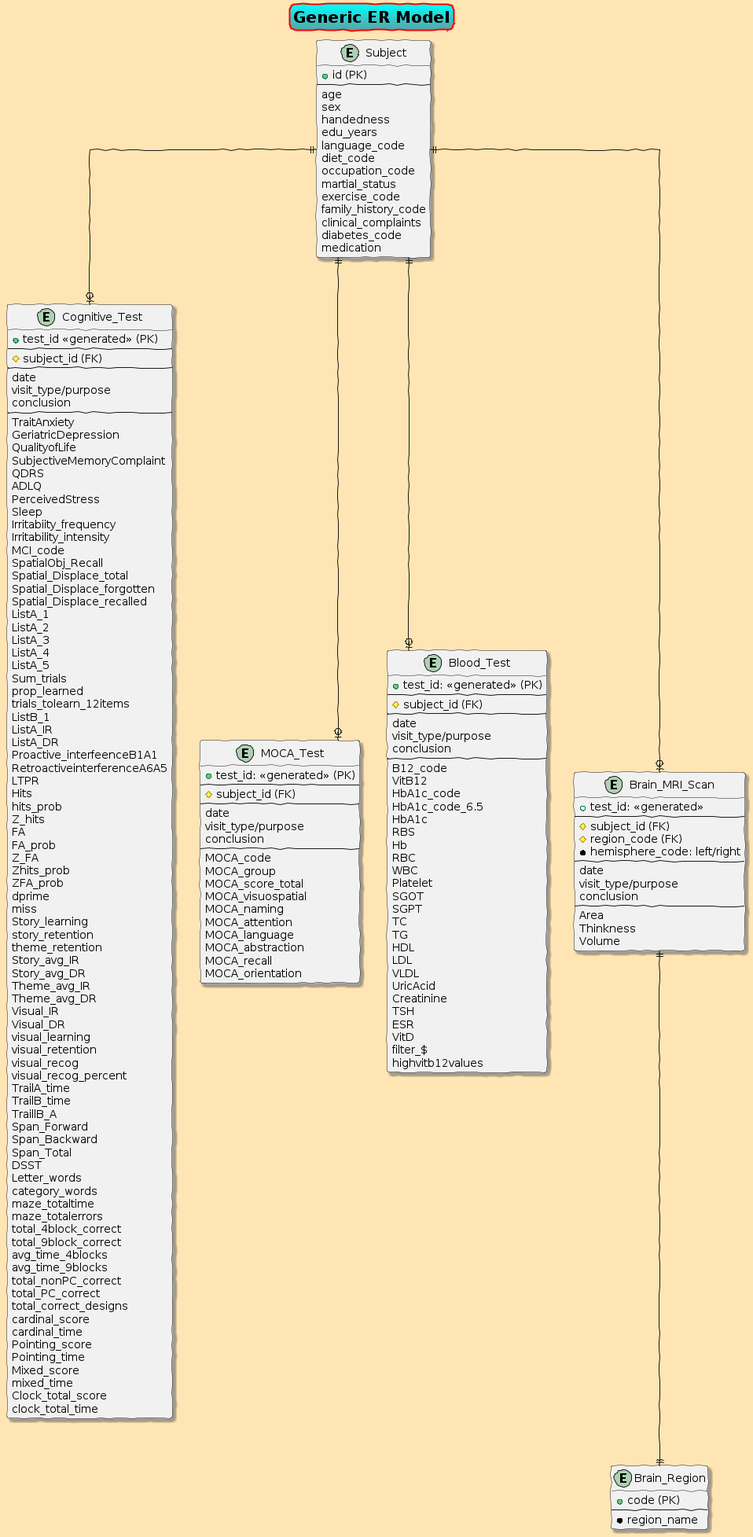
This is diagrams/dfs_generic_er.png from adhiraj2001/DontKnow, a PlantUML export, as it was before one commit.
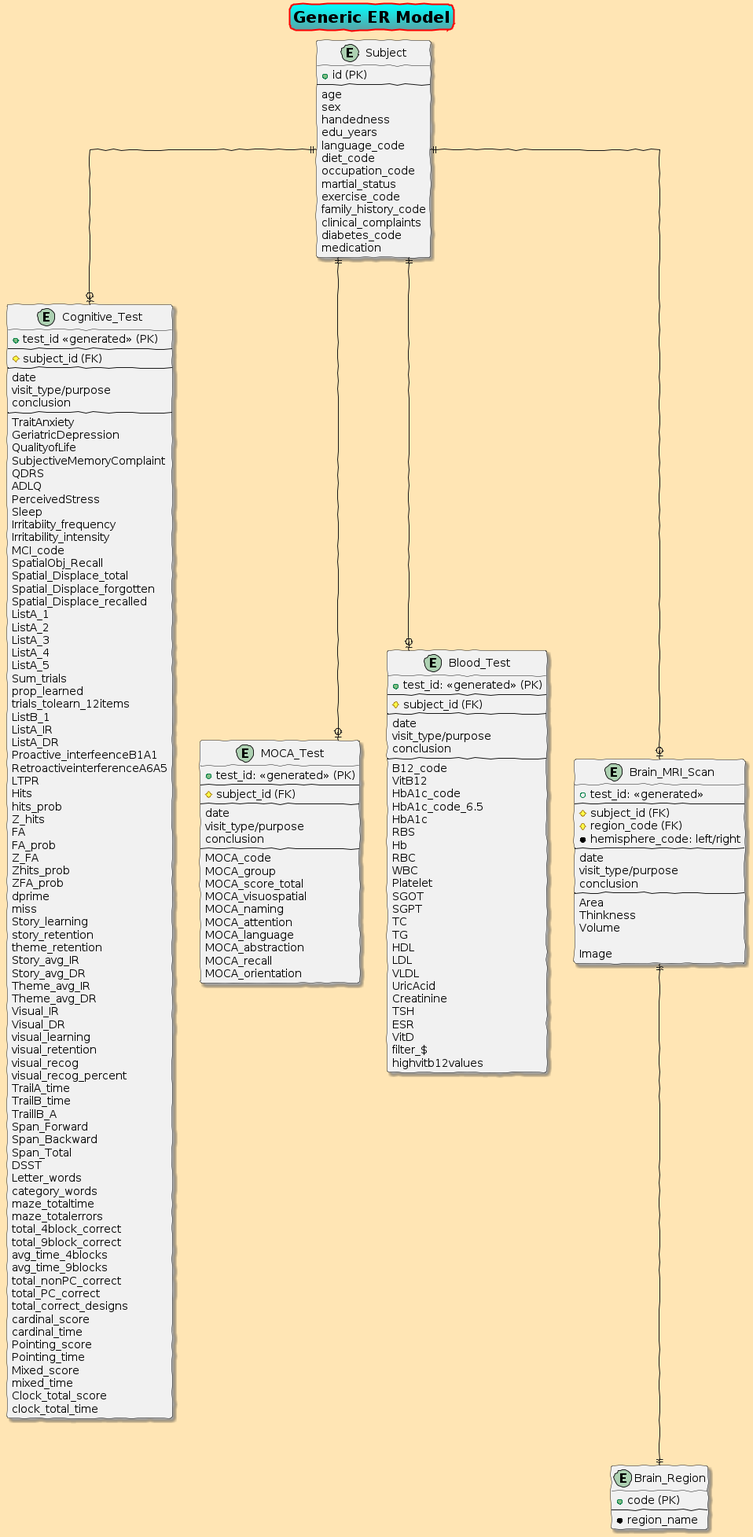
After the commit.

Diff of the diagram source:
```diff
@@ -194,6 +194,8 @@
   Area
   Thinkness
   Volume
+
+  Image
 }
 
 entity Brain_Region {
```
